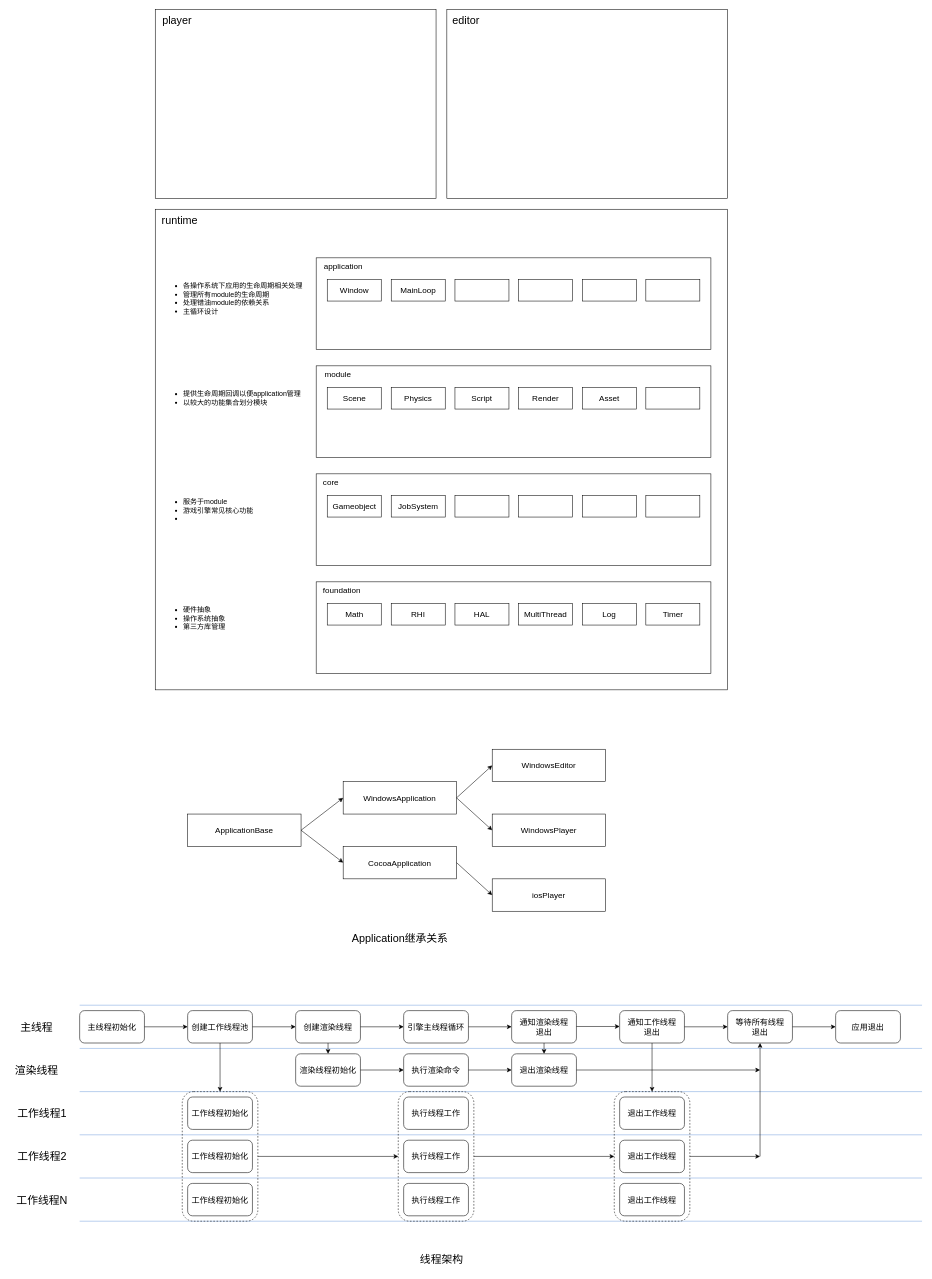
Before: page "引擎功能架构" (1 of 3) of Document/mikasa engine architecture.drawio in xiaoshichang/mikasa, a draw.io diagram. Source tidied: cells renumbered, new cells numbered last; positions are measured from the earlier drawing's top-left corner, leaving out a move shared by most shapes. Both pictures are drawn from the tidied source at 54%, with x=0, y=0 at pixel (9, 9).
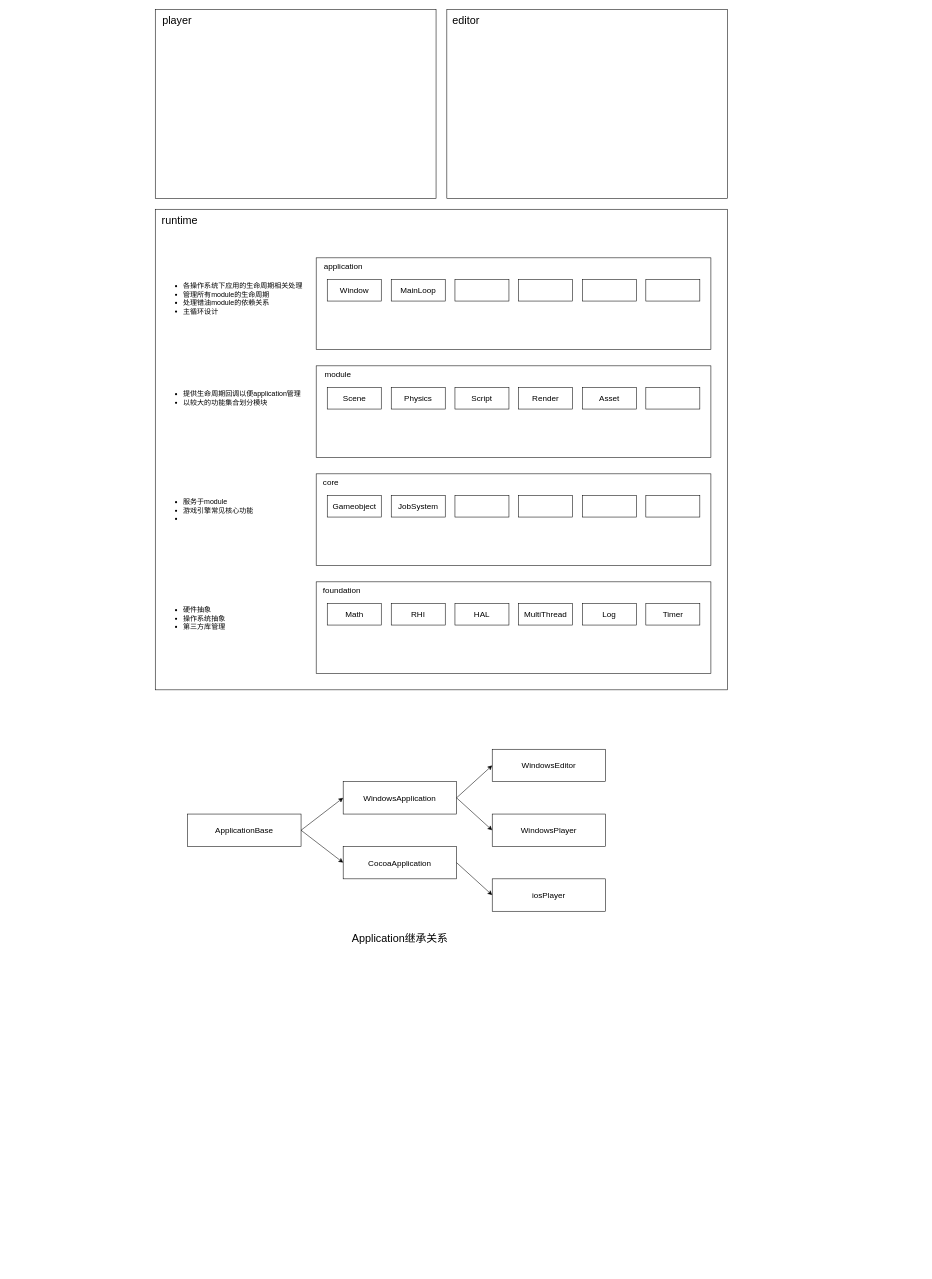
The same page after the edit.

What changed in the source:
```diff
@@
-    <mxCell id="60" style="endArrow=none;html=1;rounded=0;strokeColor=#7EA6E0;" parent="1" edge="1">
-      <mxGeometry relative="1" as="geometry">
-        <mxPoint x="130" y="1844" as="sourcePoint" />
-        <mxPoint x="1690" y="1844" as="targetPoint" />
-      </mxGeometry>
-    </mxCell>
-    <mxCell id="61" style="endArrow=none;html=1;rounded=0;strokeColor=#7EA6E0;" parent="1" edge="1">
-      <mxGeometry relative="1" as="geometry">
-        <mxPoint x="130" y="1924" as="sourcePoint" />
-        <mxPoint x="1690" y="1924" as="targetPoint" />
-      </mxGeometry>
-    </mxCell>
-    <mxCell id="62" style="endArrow=none;html=1;rounded=0;strokeColor=#7EA6E0;" parent="1" edge="1">
-      <mxGeometry relative="1" as="geometry">
-        <mxPoint x="130" y="2004" as="sourcePoint" />
-        <mxPoint x="1690" y="2004" as="targetPoint" />
-      </mxGeometry>
-    </mxCell>
-    <mxCell id="63" style="endArrow=none;html=1;rounded=0;strokeColor=#7EA6E0;" parent="1" edge="1">
-      <mxGeometry relative="1" as="geometry">
-        <mxPoint x="130" y="2084" as="sourcePoint" />
-        <mxPoint x="1690" y="2084" as="targetPoint" />
-      </mxGeometry>
-    </mxCell>
-    <mxCell id="64" style="endArrow=none;html=1;rounded=0;strokeColor=#7EA6E0;" parent="1" edge="1">
-      <mxGeometry relative="1" as="geometry">
-        <mxPoint x="130" y="2164" as="sourcePoint" />
-        <mxPoint x="1690" y="2164" as="targetPoint" />
-      </mxGeometry>
-    </mxCell>
-    <mxCell id="65" style="endArrow=none;html=1;rounded=0;strokeColor=#7EA6E0;" parent="1" edge="1">
-      <mxGeometry relative="1" as="geometry">
-        <mxPoint x="130" y="2244" as="sourcePoint" />
-        <mxPoint x="1690" y="2244" as="targetPoint" />
-      </mxGeometry>
-    </mxCell>
-    <mxCell id="66" value="线程架构" style="text;html=1;align=center;verticalAlign=middle;strokeColor=none;fillColor=none;fontSize=20;" parent="1" vertex="1">
-      <mxGeometry x="750" y="2294" width="100" height="40" as="geometry" />
-    </mxCell>
-    <mxCell id="67" value="主线程初始化" style="rounded=1;whiteSpace=wrap;html=1;fontSize=15;" parent="1" vertex="1">
-      <mxGeometry x="130" y="1854" width="120" height="60" as="geometry" />
-    </mxCell>
-    <mxCell id="68" value="主线程" style="text;html=1;align=center;verticalAlign=middle;strokeColor=none;fillColor=none;fontSize=20;" parent="1" vertex="1">
-      <mxGeometry x="10" y="1864" width="80" height="40" as="geometry" />
-    </mxCell>
-    <mxCell id="69" value="渲染线程" style="text;html=1;align=center;verticalAlign=middle;strokeColor=none;fillColor=none;fontSize=20;" parent="1" vertex="1">
-      <mxGeometry y="1944" width="100" height="40" as="geometry" />
-    </mxCell>
-    <mxCell id="70" value="工作线程1" style="text;html=1;align=center;verticalAlign=middle;strokeColor=none;fillColor=none;fontSize=20;" parent="1" vertex="1">
-      <mxGeometry x="5" y="2024" width="110" height="40" as="geometry" />
-    </mxCell>
-    <mxCell id="71" value="工作线程2" style="text;html=1;align=center;verticalAlign=middle;strokeColor=none;fillColor=none;fontSize=20;" parent="1" vertex="1">
-      <mxGeometry x="5" y="2104" width="110" height="40" as="geometry" />
-    </mxCell>
-    <mxCell id="72" value="工作线程N" style="text;html=1;align=center;verticalAlign=middle;strokeColor=none;fillColor=none;fontSize=20;" parent="1" vertex="1">
-      <mxGeometry y="2184" width="120" height="40" as="geometry" />
-    </mxCell>
-    <mxCell id="73" value="&lt;div&gt;创建渲染线程&lt;br&gt;&lt;/div&gt;" style="rounded=1;whiteSpace=wrap;html=1;fontSize=15;" parent="1" vertex="1">
-      <mxGeometry x="530" y="1854" width="120" height="60" as="geometry" />
-    </mxCell>
-    <mxCell id="74" value="创建工作线程池" style="rounded=1;whiteSpace=wrap;html=1;fontSize=15;" parent="1" vertex="1">
-      <mxGeometry x="330" y="1854" width="120" height="60" as="geometry" />
-    </mxCell>
-    <mxCell id="75" value="渲染线程初始化" style="rounded=1;whiteSpace=wrap;html=1;fontSize=15;" parent="1" vertex="1">
-      <mxGeometry x="530" y="1934" width="120" height="60" as="geometry" />
-    </mxCell>
-    <mxCell id="76" style="endArrow=classic;html=1;rounded=0;exitX=0.5;exitY=1;exitDx=0;exitDy=0;entryX=0.5;entryY=0;entryDx=0;entryDy=0;" parent="1" edge="1" source="73" target="75">
-      <mxGeometry relative="1" as="geometry" />
-    </mxCell>
-    <mxCell id="77" style="rounded=1;whiteSpace=wrap;html=1;dashed=1;fillColor=none;" parent="1" vertex="1">
-      <mxGeometry x="320" y="2004" width="140" height="240" as="geometry" />
-    </mxCell>
-    <mxCell id="78" value="工作线程初始化" style="rounded=1;whiteSpace=wrap;html=1;fontSize=15;" parent="1" vertex="1">
-      <mxGeometry x="330" y="2014" width="120" height="60" as="geometry" />
-    </mxCell>
-    <mxCell id="79" style="endArrow=classic;html=1;rounded=0;exitX=0.5;exitY=1;exitDx=0;exitDy=0;entryX=0.5;entryY=0;entryDx=0;entryDy=0;" parent="1" edge="1" source="74" target="77">
-      <mxGeometry relative="1" as="geometry" />
-    </mxCell>
-    <mxCell id="80" value="工作线程初始化" style="rounded=1;whiteSpace=wrap;html=1;fontSize=15;" parent="1" vertex="1">
-      <mxGeometry x="330" y="2094" width="120" height="60" as="geometry" />
-    </mxCell>
-    <mxCell id="81" value="工作线程初始化" style="rounded=1;whiteSpace=wrap;html=1;fontSize=15;" parent="1" vertex="1">
-      <mxGeometry x="330" y="2174" width="120" height="60" as="geometry" />
-    </mxCell>
-    <mxCell id="82" style="endArrow=classic;html=1;rounded=0;exitX=1;exitY=0.5;exitDx=0;exitDy=0;entryX=0;entryY=0.5;entryDx=0;entryDy=0;" parent="1" edge="1" source="77" target="85">
-      <mxGeometry relative="1" as="geometry" />
-    </mxCell>
-    <mxCell id="83" value="执行渲染命令" style="rounded=1;whiteSpace=wrap;html=1;fontSize=15;" parent="1" vertex="1">
-      <mxGeometry x="730" y="1934" width="120" height="60" as="geometry" />
-    </mxCell>
-    <mxCell id="84" style="endArrow=classic;html=1;rounded=0;exitX=1;exitY=0.5;exitDx=0;exitDy=0;entryX=0;entryY=0.5;entryDx=0;entryDy=0;" parent="1" edge="1" source="75" target="83">
-      <mxGeometry relative="1" as="geometry" />
-    </mxCell>
-    <mxCell id="85" style="rounded=1;whiteSpace=wrap;html=1;dashed=1;fillColor=none;" parent="1" vertex="1">
-      <mxGeometry x="720" y="2004" width="140" height="240" as="geometry" />
-    </mxCell>
-    <mxCell id="86" value="执行线程工作" style="rounded=1;whiteSpace=wrap;html=1;fontSize=15;" parent="1" vertex="1">
-      <mxGeometry x="730" y="2014" width="120" height="60" as="geometry" />
-    </mxCell>
-    <mxCell id="87" value="执行线程工作" style="rounded=1;whiteSpace=wrap;html=1;fontSize=15;" parent="1" vertex="1">
-      <mxGeometry x="730" y="2094" width="120" height="60" as="geometry" />
-    </mxCell>
-    <mxCell id="88" value="执行线程工作" style="rounded=1;whiteSpace=wrap;html=1;fontSize=15;" parent="1" vertex="1">
-      <mxGeometry x="730" y="2174" width="120" height="60" as="geometry" />
-    </mxCell>
-    <mxCell id="89" value="引擎主线程循环" style="rounded=1;whiteSpace=wrap;html=1;fontSize=15;" parent="1" vertex="1">
-      <mxGeometry x="730" y="1854" width="120" height="60" as="geometry" />
-    </mxCell>
-    <mxCell id="90" style="endArrow=classic;html=1;rounded=0;exitX=1;exitY=0.5;exitDx=0;exitDy=0;entryX=0;entryY=0.5;entryDx=0;entryDy=0;" parent="1" edge="1" source="74" target="73">
-      <mxGeometry relative="1" as="geometry" />
-    </mxCell>
-    <mxCell id="91" style="endArrow=classic;html=1;rounded=0;exitX=1;exitY=0.5;exitDx=0;exitDy=0;entryX=0;entryY=0.5;entryDx=0;entryDy=0;" parent="1" edge="1" source="67" target="74">
-      <mxGeometry relative="1" as="geometry" />
-    </mxCell>
-    <mxCell id="92" style="endArrow=classic;html=1;rounded=0;exitX=1;exitY=0.5;exitDx=0;exitDy=0;entryX=0;entryY=0.5;entryDx=0;entryDy=0;" parent="1" edge="1" source="73" target="89">
-      <mxGeometry relative="1" as="geometry" />
-    </mxCell>
-    <mxCell id="93" value="等待所有线程&lt;br&gt;退出" style="rounded=1;whiteSpace=wrap;html=1;fontSize=15;" parent="1" vertex="1">
-      <mxGeometry x="1330" y="1854" width="120" height="60" as="geometry" />
-    </mxCell>
-    <mxCell id="94" value="退出渲染线程" style="rounded=1;whiteSpace=wrap;html=1;fontSize=15;" parent="1" vertex="1">
-      <mxGeometry x="930" y="1934" width="120" height="60" as="geometry" />
-    </mxCell>
-    <mxCell id="95" style="endArrow=classic;html=1;rounded=0;exitX=1;exitY=0.5;exitDx=0;exitDy=0;entryX=0;entryY=0.5;entryDx=0;entryDy=0;" parent="1" edge="1" source="83" target="94">
-      <mxGeometry relative="1" as="geometry" />
-    </mxCell>
-    <mxCell id="96" style="rounded=1;whiteSpace=wrap;html=1;dashed=1;fillColor=none;" parent="1" vertex="1">
-      <mxGeometry x="1120" y="2004" width="140" height="240" as="geometry" />
-    </mxCell>
-    <mxCell id="97" value="退出工作线程" style="rounded=1;whiteSpace=wrap;html=1;fontSize=15;" parent="1" vertex="1">
-      <mxGeometry x="1130" y="2014" width="120" height="60" as="geometry" />
-    </mxCell>
-    <mxCell id="98" value="退出工作线程" style="rounded=1;whiteSpace=wrap;html=1;fontSize=15;" parent="1" vertex="1">
-      <mxGeometry x="1130" y="2094" width="120" height="60" as="geometry" />
-    </mxCell>
-    <mxCell id="99" value="退出工作线程" style="rounded=1;whiteSpace=wrap;html=1;fontSize=15;" parent="1" vertex="1">
-      <mxGeometry x="1130" y="2174" width="120" height="60" as="geometry" />
-    </mxCell>
-    <mxCell id="100" style="endArrow=classic;html=1;rounded=0;exitX=1;exitY=0.5;exitDx=0;exitDy=0;entryX=0;entryY=0.5;entryDx=0;entryDy=0;" parent="1" edge="1" source="85" target="96">
-      <mxGeometry relative="1" as="geometry" />
-    </mxCell>
-    <mxCell id="101" value="&lt;div&gt;通知渲染线程&lt;br&gt;退出&lt;br&gt;&lt;/div&gt;" style="rounded=1;whiteSpace=wrap;html=1;fontSize=15;" parent="1" vertex="1">
-      <mxGeometry x="930" y="1854" width="120" height="60" as="geometry" />
-    </mxCell>
-    <mxCell id="102" style="endArrow=classic;html=1;rounded=0;exitX=0.5;exitY=1;exitDx=0;exitDy=0;entryX=0.5;entryY=0;entryDx=0;entryDy=0;" parent="1" edge="1" source="101" target="94">
-      <mxGeometry relative="1" as="geometry" />
-    </mxCell>
-    <mxCell id="103" style="endArrow=classic;html=1;rounded=0;exitX=1;exitY=0.5;exitDx=0;exitDy=0;entryX=0;entryY=0.5;entryDx=0;entryDy=0;" parent="1" edge="1" source="89" target="101">
-      <mxGeometry relative="1" as="geometry" />
-    </mxCell>
-    <mxCell id="104" style="endArrow=classic;html=1;rounded=0;exitX=1;exitY=0.5;exitDx=0;exitDy=0;entryX=0;entryY=0.5;entryDx=0;entryDy=0;" parent="1" edge="1">
-      <mxGeometry relative="1" as="geometry">
-        <mxPoint x="1050" y="1883.4" as="sourcePoint" />
-        <mxPoint x="1130" y="1883.4" as="targetPoint" />
-      </mxGeometry>
-    </mxCell>
-    <mxCell id="105" value="&lt;div&gt;通知工作线程&lt;br&gt;退出&lt;br&gt;&lt;/div&gt;" style="rounded=1;whiteSpace=wrap;html=1;fontSize=15;" parent="1" vertex="1">
-      <mxGeometry x="1130" y="1854" width="120" height="60" as="geometry" />
-    </mxCell>
-    <mxCell id="106" style="endArrow=classic;html=1;rounded=0;exitX=0.5;exitY=1;exitDx=0;exitDy=0;entryX=0.5;entryY=0;entryDx=0;entryDy=0;" parent="1" edge="1" source="105" target="96">
-      <mxGeometry relative="1" as="geometry" />
-    </mxCell>
-    <mxCell id="107" style="endArrow=classic;html=1;rounded=0;exitX=1;exitY=0.5;exitDx=0;exitDy=0;entryX=0;entryY=0.5;entryDx=0;entryDy=0;" parent="1" edge="1" source="105" target="93">
-      <mxGeometry relative="1" as="geometry" />
-    </mxCell>
-    <mxCell id="108" value="应用退出" style="rounded=1;whiteSpace=wrap;html=1;fontSize=15;" parent="1" vertex="1">
-      <mxGeometry x="1530" y="1854" width="120" height="60" as="geometry" />
-    </mxCell>
-    <mxCell id="109" style="endArrow=classic;html=1;rounded=0;exitX=1;exitY=0.5;exitDx=0;exitDy=0;entryX=0;entryY=0.5;entryDx=0;entryDy=0;" parent="1" edge="1" source="93" target="108">
-      <mxGeometry relative="1" as="geometry" />
-    </mxCell>
-    <mxCell id="110" style="endArrow=classic;html=1;rounded=0;exitX=1;exitY=0.5;exitDx=0;exitDy=0;" parent="1" edge="1" source="96">
-      <mxGeometry relative="1" as="geometry">
-        <mxPoint x="1390" y="2124" as="targetPoint" />
-      </mxGeometry>
-    </mxCell>
-    <mxCell id="111" style="endArrow=classic;html=1;rounded=0;entryX=0.5;entryY=1;entryDx=0;entryDy=0;" parent="1" edge="1" target="93">
-      <mxGeometry relative="1" as="geometry">
-        <mxPoint x="1390" y="2124" as="sourcePoint" />
-      </mxGeometry>
-    </mxCell>
-    <mxCell id="112" style="endArrow=classic;html=1;rounded=0;exitX=1;exitY=0.5;exitDx=0;exitDy=0;" parent="1" edge="1" source="94">
-      <mxGeometry relative="1" as="geometry">
-        <mxPoint x="1390" y="1964" as="targetPoint" />
-      </mxGeometry>
-    </mxCell>
```
